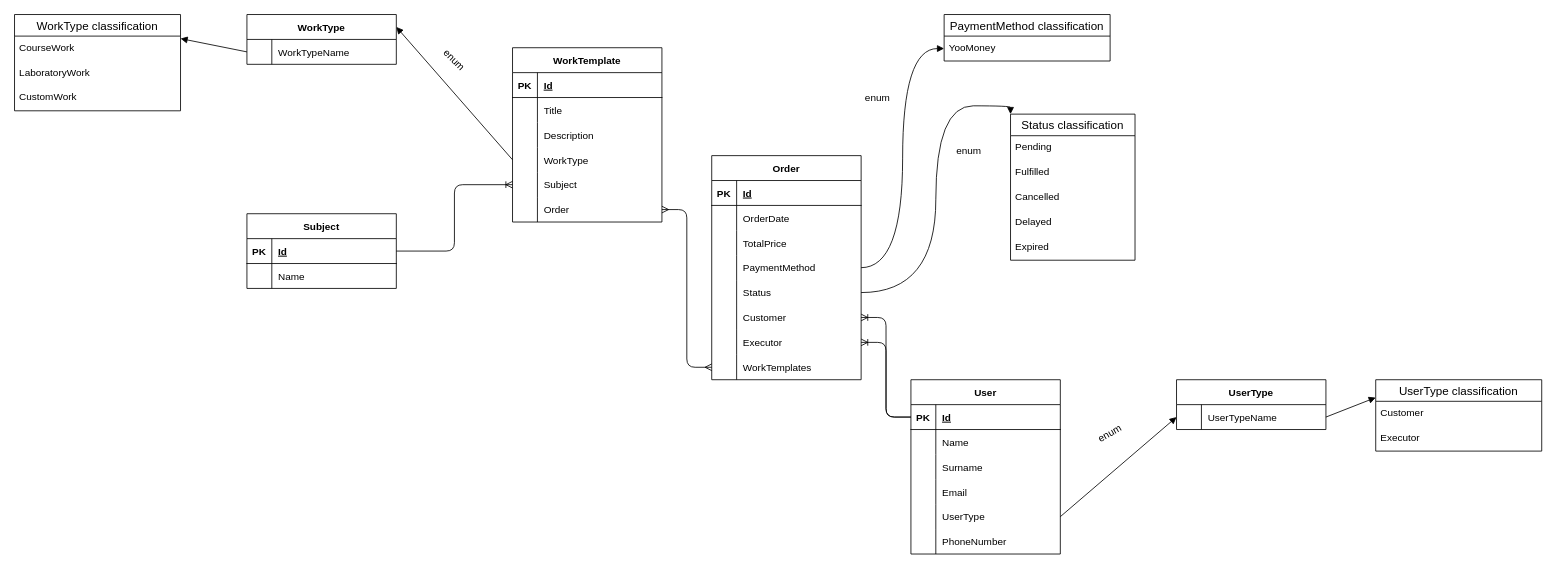
mxdnxghts/ScienceAtrium keeps this draw.io diagram as architecture/database overview.drawio. Above is the earlier version. Source tidied: cells renumbered, new cells numbered last; positions are measured from the earlier drawing's top-left corner, leaving out a move shared by most shapes. Both pictures are drawn from the tidied source at 83%, with x=0, y=0 at pixel (14, 14).
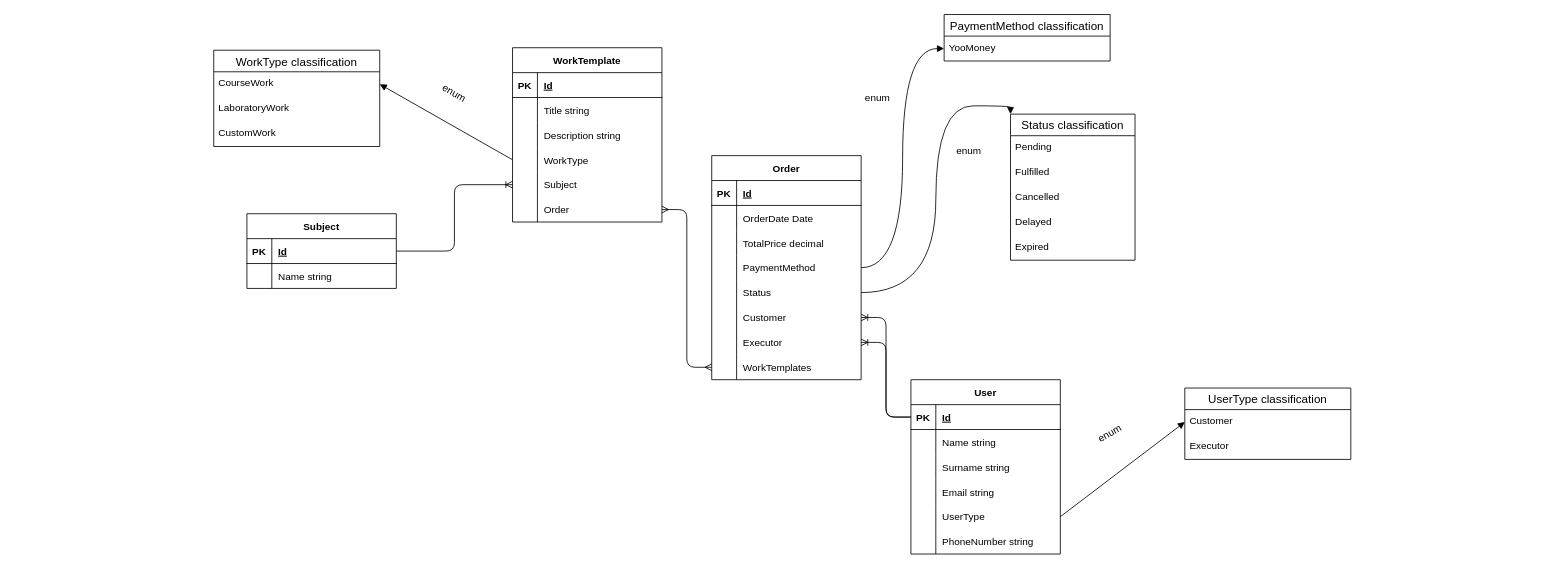
The same diagram, later.

Commit message:
added data types to fields.

The change refers to these unchanged cells:
```xml
<mxCell id="6" style="shape=tableRow;horizontal=0;startSize=0;swimlaneHead=0;swimlaneBody=0;fillColor=none;top=0;left=0;right=0;bottom=0;" parent="2" vertex="1">
  <mxGeometry y="60" width="180" height="30" as="geometry" />
</mxCell>
<mxCell id="9" style="shape=tableRow;horizontal=0;startSize=0;swimlaneHead=0;swimlaneBody=0;fillColor=none;top=0;left=0;right=0;bottom=0;" parent="2" vertex="1">
  <mxGeometry y="90" width="180" height="30" as="geometry" />
</mxCell>
<mxCell id="33" value="Customer" style="text;strokeColor=none;fillColor=none;spacingLeft=4;spacingRight=4;overflow=hidden;points=[[0,0.5],[1,0.5]];portConstraint=eastwest;fontSize=12;" parent="32" vertex="1">
  <mxGeometry y="26" width="200" height="30" as="geometry" />
</mxCell>
<mxCell id="47" style="shape=tableRow;horizontal=0;startSize=0;swimlaneHead=0;swimlaneBody=0;fillColor=none;top=0;left=0;right=0;bottom=0;" parent="43" vertex="1">
  <mxGeometry y="60" width="180" height="30" as="geometry" />
</mxCell>
<mxCell id="50" style="shape=tableRow;horizontal=0;startSize=0;swimlaneHead=0;swimlaneBody=0;fillColor=none;top=0;left=0;right=0;bottom=0;" parent="43" vertex="1">
  <mxGeometry y="90" width="180" height="30" as="geometry" />
</mxCell>
<mxCell id="53" style="shape=tableRow;horizontal=0;startSize=0;swimlaneHead=0;swimlaneBody=0;fillColor=none;points=[[0,0.5],[1,0.5]];portConstraint=eastwest;top=0;left=0;right=0;bottom=0;" parent="43" vertex="1">
  <mxGeometry y="120" width="180" height="30" as="geometry" />
</mxCell>
<mxCell id="63" value="CourseWork" style="text;strokeColor=none;fillColor=none;spacingLeft=4;spacingRight=4;overflow=hidden;points=[[0,0.5],[1,0.5]];portConstraint=eastwest;fontSize=12;" parent="62" vertex="1">
  <mxGeometry y="26" width="200" height="30" as="geometry" />
</mxCell>
<mxCell id="75" style="shape=tableRow;horizontal=0;startSize=0;swimlaneHead=0;swimlaneBody=0;fillColor=none;top=0;left=0;right=0;bottom=0;" parent="71" vertex="1">
  <mxGeometry y="60" width="180" height="30" as="geometry" />
</mxCell>
<mxCell id="82" style="shape=tableRow;horizontal=0;startSize=0;swimlaneHead=0;swimlaneBody=0;fillColor=none;top=0;left=0;right=0;bottom=0;" parent="78" vertex="1">
  <mxGeometry y="60" width="180" height="30" as="geometry" />
</mxCell>
<mxCell id="85" style="shape=tableRow;horizontal=0;startSize=0;swimlaneHead=0;swimlaneBody=0;fillColor=none;top=0;left=0;right=0;bottom=0;" parent="78" vertex="1">
  <mxGeometry y="90" width="180" height="30" as="geometry" />
</mxCell>
<mxCell id="88" style="shape=tableRow;horizontal=0;startSize=0;swimlaneHead=0;swimlaneBody=0;fillColor=none;top=0;left=0;right=0;bottom=0;" parent="78" vertex="1">
  <mxGeometry y="120" width="180" height="30" as="geometry" />
</mxCell>
<mxCell id="91" style="shape=tableRow;horizontal=0;startSize=0;swimlaneHead=0;swimlaneBody=0;fillColor=none;points=[[0,0.5],[1,0.5]];portConstraint=eastwest;top=0;left=0;right=0;bottom=0;" parent="78" vertex="1">
  <mxGeometry y="150" width="180" height="30" as="geometry" />
</mxCell>
<mxCell id="94" style="shape=tableRow;horizontal=0;startSize=0;swimlaneHead=0;swimlaneBody=0;fillColor=none;top=0;left=0;right=0;bottom=0;" parent="78" vertex="1">
  <mxGeometry y="180" width="180" height="30" as="geometry" />
</mxCell>
```

Change to the diagram source:
```diff
@@
-    <mxCell id="8" value="OrderDate" style="shape=partialRectangle;fillColor=none;top=0;left=0;bottom=0;right=0;align=left;spacingLeft=6;overflow=hidden;" parent="6" vertex="1">
+    <mxCell id="8" value="OrderDate Date" style="shape=partialRectangle;fillColor=none;top=0;left=0;bottom=0;right=0;align=left;spacingLeft=6;overflow=hidden;" parent="6" vertex="1">
       <mxGeometry x="30" width="150" height="30" as="geometry" />
     </mxCell>
@@
-    <mxCell id="11" value="TotalPrice" style="shape=partialRectangle;fillColor=none;top=0;left=0;bottom=0;right=0;align=left;spacingLeft=6;overflow=hidden;" parent="9" vertex="1">
+    <mxCell id="11" value="TotalPrice decimal" style="shape=partialRectangle;fillColor=none;top=0;left=0;bottom=0;right=0;align=left;spacingLeft=6;overflow=hidden;" parent="9" vertex="1">
       <mxGeometry x="30" width="150" height="30" as="geometry" />
     </mxCell>
@@
-    <mxCell id="27" value="UserType" style="shape=table;startSize=30;childLayout=tableLayout;rowLines=0;fontStyle=1;align=center;" parent="1" vertex="1">
-      <mxGeometry x="1400" y="440" width="180" height="60" as="geometry" />
-    </mxCell>
-    <mxCell id="28" style="shape=tableRow;horizontal=0;startSize=0;swimlaneHead=0;swimlaneBody=0;fillColor=none;points=[[0,0.5],[1,0.5]];portConstraint=eastwest;top=0;left=0;right=0;bottom=0;" parent="27" vertex="1">
-      <mxGeometry y="30" width="180" height="30" as="geometry" />
-    </mxCell>
-    <mxCell id="29" style="shape=partialRectangle;fillColor=none;top=0;left=0;bottom=0;right=0;overflow=hidden;" parent="28" vertex="1">
-      <mxGeometry width="30" height="30" as="geometry" />
-    </mxCell>
-    <mxCell id="30" value="UserTypeName" style="shape=partialRectangle;fillColor=none;top=0;left=0;bottom=0;right=0;align=left;spacingLeft=6;overflow=hidden;" parent="28" vertex="1">
-      <mxGeometry x="30" width="150" height="30" as="geometry" />
-    </mxCell>
-    <mxCell id="31" style="html=1;verticalAlign=bottom;labelBackgroundColor=none;endArrow=block;endFill=1;exitX=1;exitY=0.5;exitDx=0;exitDy=0;entryX=0;entryY=0.25;entryDx=0;entryDy=0;" parent="1" edge="1" source="28" target="32">
-      <mxGeometry relative="1" as="geometry" />
-    </mxCell>
     <mxCell id="32" value="UserType classification" style="swimlane;fontStyle=0;horizontal=1;startSize=26;align=center;fontSize=14;" parent="1" vertex="1">
-      <mxGeometry x="1640" y="440" width="200" height="86" as="geometry" />
+      <mxGeometry x="1410" y="450" width="200" height="86" as="geometry" />
     </mxCell>
@@
-    <mxCell id="49" value="Title" style="shape=partialRectangle;fillColor=none;top=0;left=0;bottom=0;right=0;align=left;spacingLeft=6;overflow=hidden;" parent="47" vertex="1">
+    <mxCell id="49" value="Title string" style="shape=partialRectangle;fillColor=none;top=0;left=0;bottom=0;right=0;align=left;spacingLeft=6;overflow=hidden;" parent="47" vertex="1">
       <mxGeometry x="30" width="150" height="30" as="geometry" />
     </mxCell>
@@
-    <mxCell id="52" value="Description" style="shape=partialRectangle;fillColor=none;top=0;left=0;bottom=0;right=0;align=left;spacingLeft=6;overflow=hidden;" parent="50" vertex="1">
+    <mxCell id="52" value="Description string" style="shape=partialRectangle;fillColor=none;top=0;left=0;bottom=0;right=0;align=left;spacingLeft=6;overflow=hidden;" parent="50" vertex="1">
       <mxGeometry x="30" width="150" height="30" as="geometry" />
     </mxCell>
@@
     <mxCell id="62" value="WorkType classification" style="swimlane;fontStyle=0;horizontal=1;startSize=26;align=center;fontSize=14;" parent="1" vertex="1">
-      <mxGeometry width="200" height="116" as="geometry" />
+      <mxGeometry x="240" y="43" width="200" height="116" as="geometry" />
     </mxCell>
@@
-    <mxCell id="66" value="WorkType" style="shape=table;startSize=30;childLayout=tableLayout;rowLines=0;fontStyle=1;align=center;" parent="1" vertex="1">
-      <mxGeometry x="280" width="180" height="60" as="geometry" />
-    </mxCell>
-    <mxCell id="67" style="shape=tableRow;horizontal=0;startSize=0;swimlaneHead=0;swimlaneBody=0;fillColor=none;points=[[0,0.5],[1,0.5]];portConstraint=eastwest;top=0;left=0;right=0;bottom=0;" parent="66" vertex="1">
-      <mxGeometry y="30" width="180" height="30" as="geometry" />
-    </mxCell>
-    <mxCell id="68" style="shape=partialRectangle;fillColor=none;top=0;left=0;bottom=0;right=0;overflow=hidden;" parent="67" vertex="1">
-      <mxGeometry width="30" height="30" as="geometry" />
-    </mxCell>
-    <mxCell id="69" value="WorkTypeName" style="shape=partialRectangle;fillColor=none;top=0;left=0;bottom=0;right=0;align=left;spacingLeft=6;overflow=hidden;" parent="67" vertex="1">
-      <mxGeometry x="30" width="150" height="30" as="geometry" />
-    </mxCell>
-    <mxCell id="70" style="html=1;verticalAlign=bottom;labelBackgroundColor=none;endArrow=block;endFill=1;exitX=0;exitY=0.5;exitDx=0;exitDy=0;entryX=1;entryY=0.25;entryDx=0;entryDy=0;" parent="1" edge="1" source="67" target="62">
-      <mxGeometry relative="1" as="geometry" />
-    </mxCell>
@@
-    <mxCell id="77" value="Name" style="shape=partialRectangle;fillColor=none;top=0;left=0;bottom=0;right=0;align=left;spacingLeft=6;overflow=hidden;" parent="75" vertex="1">
+    <mxCell id="77" value="Name string" style="shape=partialRectangle;fillColor=none;top=0;left=0;bottom=0;right=0;align=left;spacingLeft=6;overflow=hidden;" parent="75" vertex="1">
       <mxGeometry x="30" width="150" height="30" as="geometry" />
     </mxCell>
@@
-    <mxCell id="84" value="Name" style="shape=partialRectangle;fillColor=none;top=0;left=0;bottom=0;right=0;align=left;spacingLeft=6;overflow=hidden;" parent="82" vertex="1">
+    <mxCell id="84" value="Name string" style="shape=partialRectangle;fillColor=none;top=0;left=0;bottom=0;right=0;align=left;spacingLeft=6;overflow=hidden;" parent="82" vertex="1">
       <mxGeometry x="30" width="150" height="30" as="geometry" />
     </mxCell>
@@
-    <mxCell id="87" value="Surname" style="shape=partialRectangle;fillColor=none;top=0;left=0;bottom=0;right=0;align=left;spacingLeft=6;overflow=hidden;" parent="85" vertex="1">
+    <mxCell id="87" value="Surname string" style="shape=partialRectangle;fillColor=none;top=0;left=0;bottom=0;right=0;align=left;spacingLeft=6;overflow=hidden;" parent="85" vertex="1">
       <mxGeometry x="30" width="150" height="30" as="geometry" />
     </mxCell>
@@
-    <mxCell id="90" value="Email" style="shape=partialRectangle;fillColor=none;top=0;left=0;bottom=0;right=0;align=left;spacingLeft=6;overflow=hidden;" parent="88" vertex="1">
+    <mxCell id="90" value="Email string" style="shape=partialRectangle;fillColor=none;top=0;left=0;bottom=0;right=0;align=left;spacingLeft=6;overflow=hidden;" parent="88" vertex="1">
       <mxGeometry x="30" width="150" height="30" as="geometry" />
     </mxCell>
@@
-    <mxCell id="96" value="PhoneNumber" style="shape=partialRectangle;fillColor=none;top=0;left=0;bottom=0;right=0;align=left;spacingLeft=6;overflow=hidden;" parent="94" vertex="1">
+    <mxCell id="96" value="PhoneNumber string" style="shape=partialRectangle;fillColor=none;top=0;left=0;bottom=0;right=0;align=left;spacingLeft=6;overflow=hidden;" parent="94" vertex="1">
       <mxGeometry x="30" width="150" height="30" as="geometry" />
     </mxCell>
-    <mxCell id="97" style="html=1;verticalAlign=bottom;labelBackgroundColor=none;endArrow=block;endFill=1;exitX=1;exitY=0.5;exitDx=0;exitDy=0;entryX=0;entryY=0.5;entryDx=0;entryDy=0;" parent="1" edge="1" source="91" target="28">
+    <mxCell id="97" style="html=1;verticalAlign=bottom;labelBackgroundColor=none;endArrow=block;endFill=1;exitX=1;exitY=0.5;exitDx=0;exitDy=0;entryX=0;entryY=0.5;entryDx=0;entryDy=0;" parent="1" edge="1" source="91" target="33">
       <mxGeometry relative="1" as="geometry" />
     </mxCell>
-    <mxCell id="98" style="html=1;verticalAlign=bottom;labelBackgroundColor=none;endArrow=block;endFill=1;exitX=0;exitY=0.5;exitDx=0;exitDy=0;entryX=1;entryY=0.25;entryDx=0;entryDy=0;" parent="1" edge="1" source="53" target="66">
+    <mxCell id="98" style="html=1;verticalAlign=bottom;labelBackgroundColor=none;endArrow=block;endFill=1;exitX=0;exitY=0.5;exitDx=0;exitDy=0;entryX=1;entryY=0.5;entryDx=0;entryDy=0;" parent="1" edge="1" source="53" target="63">
       <mxGeometry relative="1" as="geometry" />
     </mxCell>
@@
-    <mxCell id="100" value="enum" style="text;html=1;strokeColor=none;fillColor=none;align=center;verticalAlign=middle;whiteSpace=wrap;rounded=0;rotation=45;" parent="1" vertex="1">
-      <mxGeometry x="500" y="40" width="60" height="30" as="geometry" />
+    <mxCell id="100" value="enum" style="text;html=1;strokeColor=none;fillColor=none;align=center;verticalAlign=middle;whiteSpace=wrap;rounded=0;rotation=30;" parent="1" vertex="1">
+      <mxGeometry x="500" y="80" width="60" height="30" as="geometry" />
     </mxCell>
```
